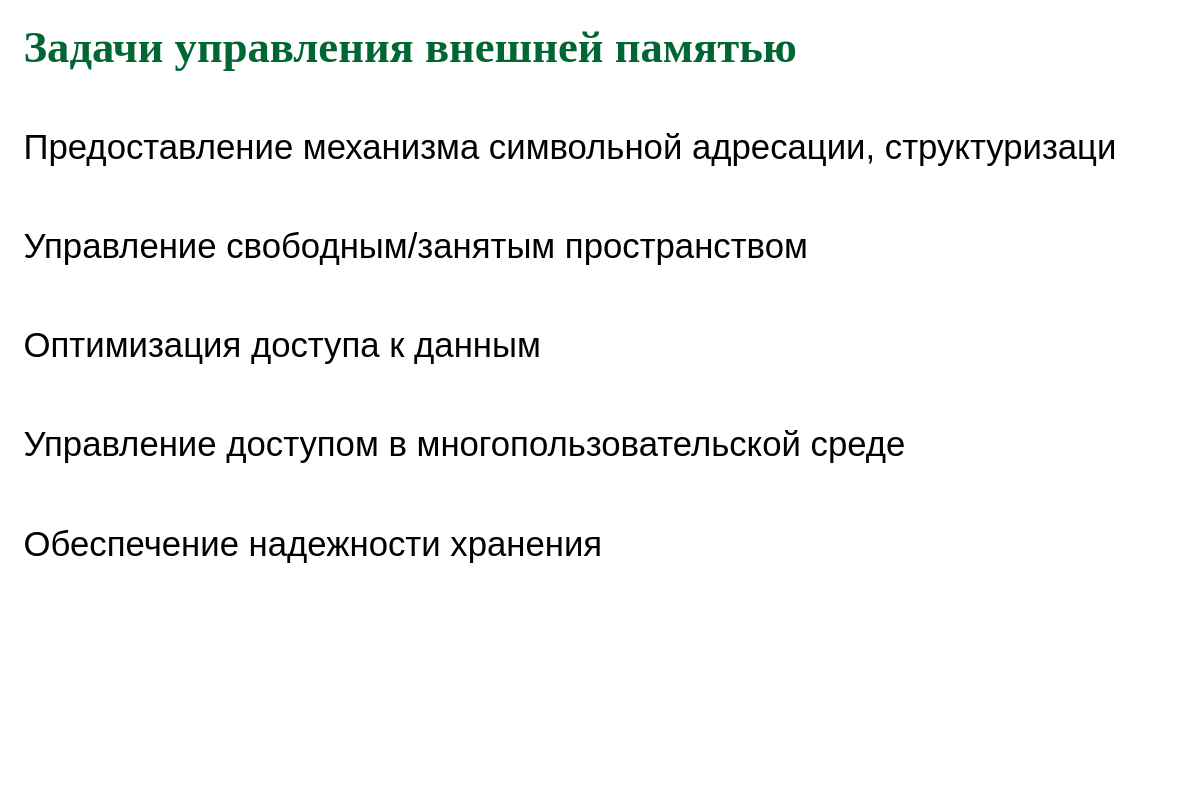
The draw.io diagram page "tasks" (2 of 18) of slides/extsto.drawio in 77maxikov/os_course, before the edit. Source tidied: cells renumbered, new cells numbered last; positions are measured from the earlier drawing's top-left corner, leaving out a move shared by most shapes. Both pictures are drawn from the tidied source at 124%, with x=0, y=0 at pixel (21, 35).
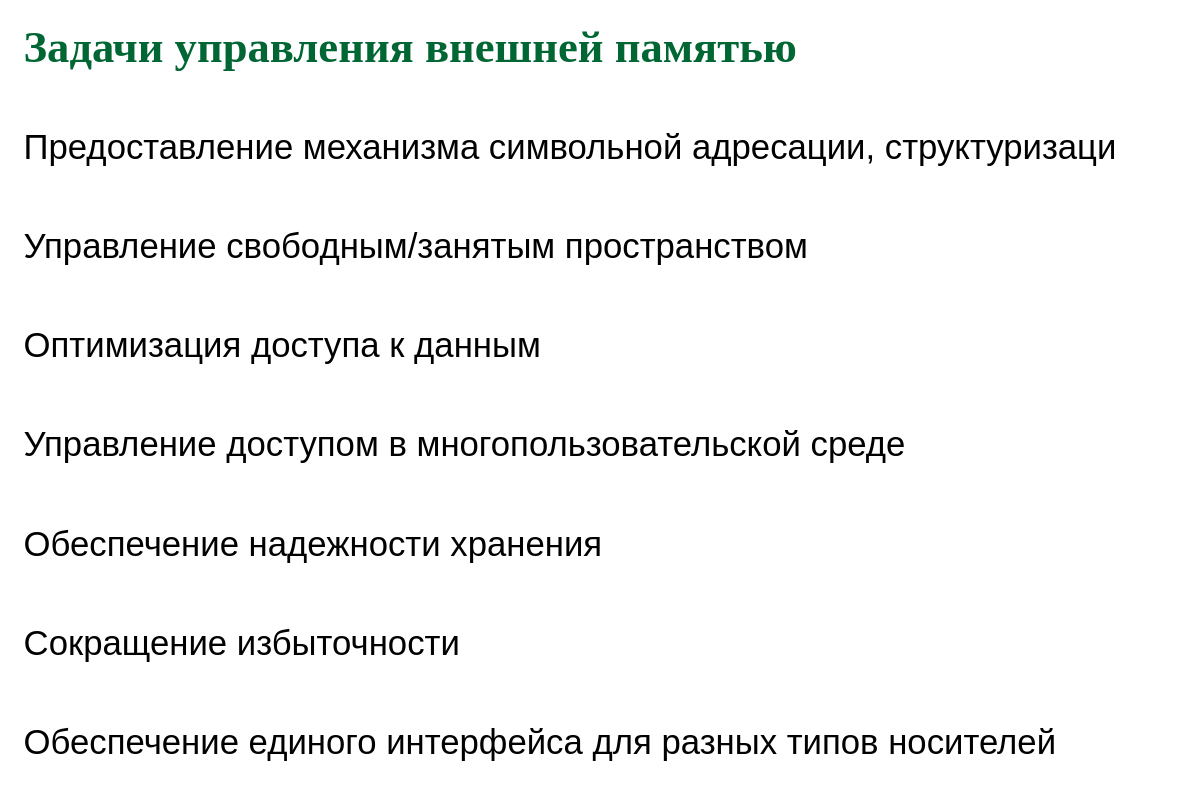
After the change.

Diff of the diagram source:
```diff
@@
 <mxGraphModel>
   <root>
     <mxCell id="0" />
     <mxCell id="1" parent="0" />
     <mxCell id="2" value="&lt;font color=&quot;#006633&quot; face=&quot;garamond&quot;&gt;&lt;span style=&quot;font-size: 36px&quot;&gt;&lt;b&gt;Задачи управления внешней памятью&lt;/b&gt;&lt;/span&gt;&lt;/font&gt;" style="text;html=1;align=left;verticalAlign=middle;whiteSpace=wrap;rounded=0;" parent="1" vertex="1">
       <mxGeometry width="920" height="20" as="geometry" />
     </mxCell>
     <mxCell id="3" value="&lt;span style=&quot;font-size: 28px&quot;&gt;Управление доступом в многопользовательской среде&lt;/span&gt;" style="text;html=1;align=left;verticalAlign=middle;" parent="1" vertex="1">
       <mxGeometry y="320" width="730" height="20" as="geometry" />
     </mxCell>
     <mxCell id="4" value="&lt;span style=&quot;font-size: 28px&quot;&gt;Предоставление механизма символьной адресации, структуризаци&lt;br&gt;&lt;/span&gt;" style="text;html=1;align=left;verticalAlign=middle;" parent="1" vertex="1">
       <mxGeometry y="80" width="900" height="20" as="geometry" />
     </mxCell>
     <mxCell id="5" value="&lt;span style=&quot;font-size: 28px&quot;&gt;Управление свободным/занятым пространством&lt;br&gt;&lt;/span&gt;" style="text;html=1;align=left;verticalAlign=middle;" parent="1" vertex="1">
       <mxGeometry y="160" width="650" height="20" as="geometry" />
     </mxCell>
     <mxCell id="6" value="&lt;span style=&quot;font-size: 28px&quot;&gt;Оптимизация доступа к данным&lt;br&gt;&lt;/span&gt;" style="text;html=1;align=left;verticalAlign=middle;" parent="1" vertex="1">
       <mxGeometry y="240" width="430" height="20" as="geometry" />
     </mxCell>
     <mxCell id="7" value="&lt;span style=&quot;font-size: 28px&quot;&gt;Обеспечение надежности хранения&lt;br&gt;&lt;/span&gt;" style="text;html=1;align=left;verticalAlign=middle;" parent="1" vertex="1">
       <mxGeometry y="400" width="480" height="20" as="geometry" />
     </mxCell>
+    <mxCell id="8" value="&lt;span style=&quot;font-size: 28px&quot;&gt;Сокращение избыточности&lt;br&gt;&lt;/span&gt;" style="text;html=1;align=left;verticalAlign=middle;" parent="1" vertex="1">
+      <mxGeometry y="480" width="370" height="20" as="geometry" />
+    </mxCell>
+    <mxCell id="9" value="&lt;span style=&quot;font-size: 28px&quot;&gt;Обеспечение единого интерфейса для разных типов носителей&lt;/span&gt;" style="text;html=1;align=left;verticalAlign=middle;" parent="1" vertex="1">
+      <mxGeometry y="560" width="850" height="20" as="geometry" />
+    </mxCell>
   </root>
 </mxGraphModel>
```
